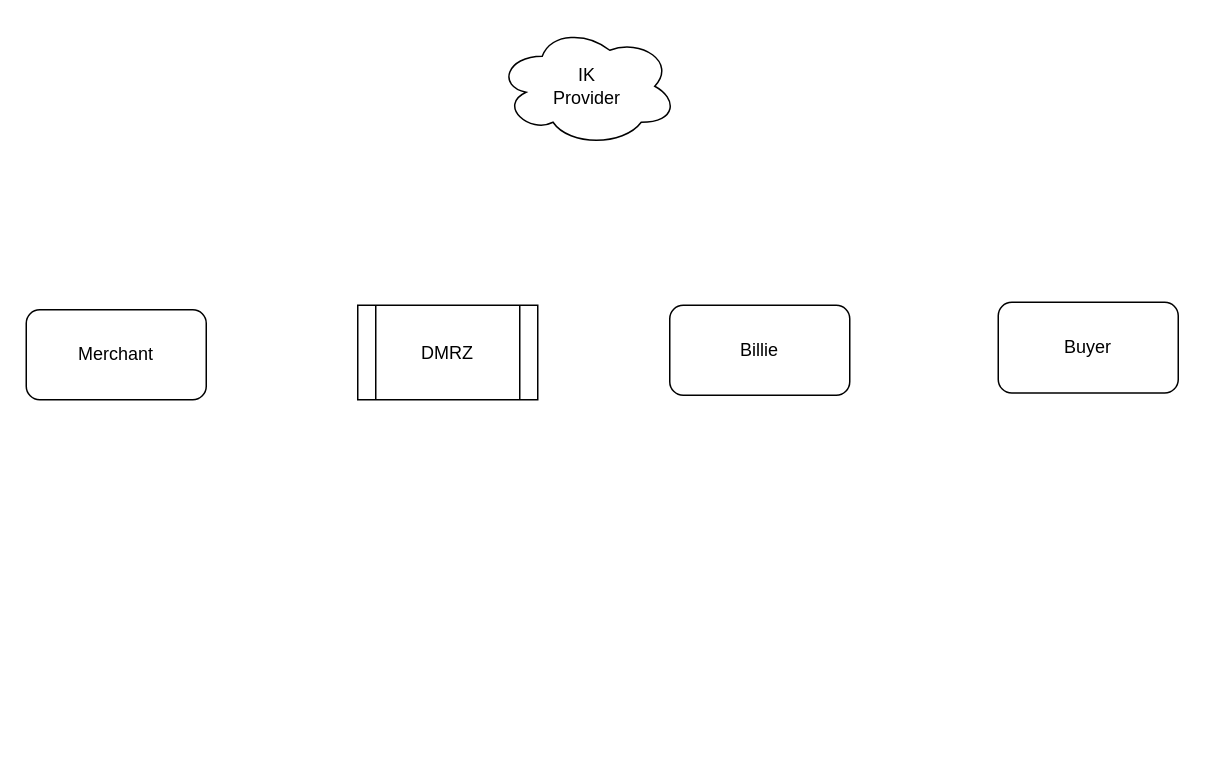
Before: page "dmrz" (5 of 5) of diagrams/b-accounts.drawio in tiberiu-biking/billie, a draw.io diagram. Source tidied: cells renumbered, new cells numbered last; positions are measured from the earlier drawing's top-left corner, leaving out a move shared by most shapes. Both pictures are drawn from the tidied source at 150%, with x=0, y=0 at pixel (26, 26).
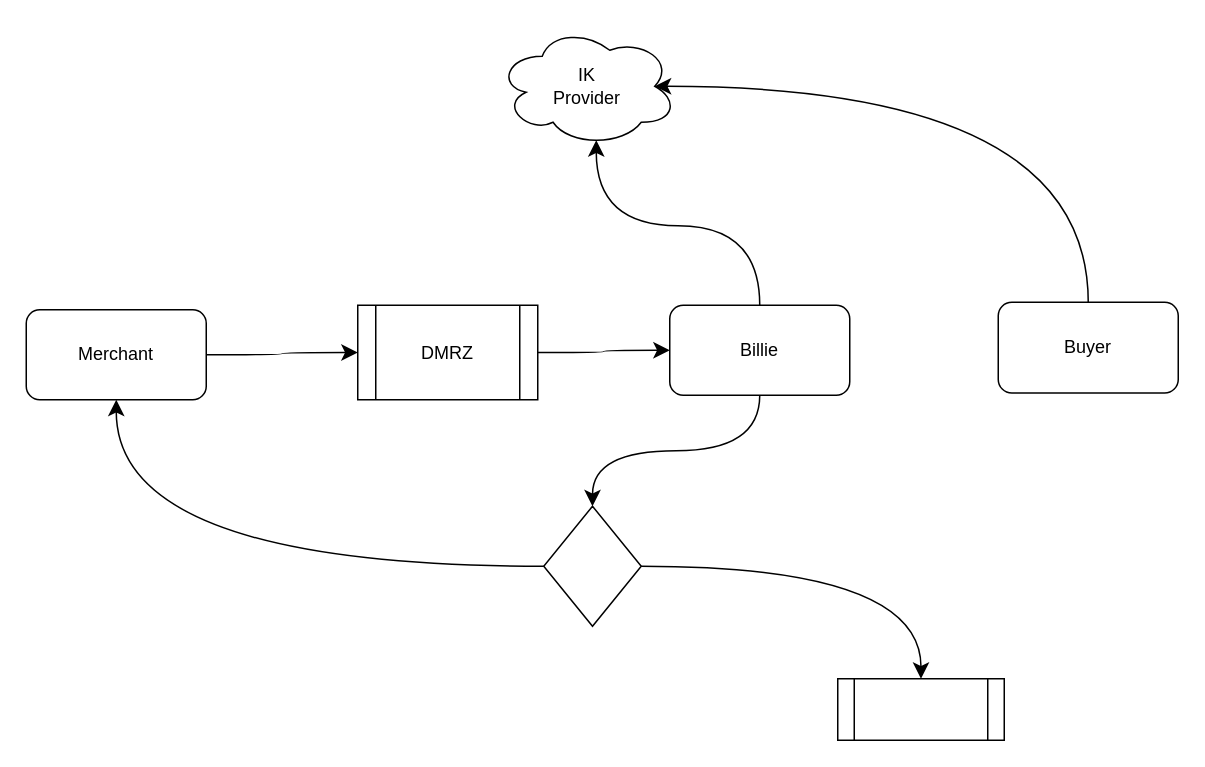
The same diagram, later.

What changed in the source:
```diff
@@
 <mxGraphModel>
   <root>
     <mxCell id="0" />
     <mxCell id="1" parent="0" />
     <mxCell id="2" value="Merchant" style="rounded=1;whiteSpace=wrap;html=1;" parent="1" vertex="1">
       <mxGeometry y="189" width="120" height="60" as="geometry" />
     </mxCell>
     <mxCell id="3" value="DMRZ" style="shape=process;whiteSpace=wrap;html=1;backgroundOutline=1;" parent="1" vertex="1">
       <mxGeometry x="221" y="186" width="120" height="63" as="geometry" />
     </mxCell>
     <mxCell id="4" value="Billie" style="rounded=1;whiteSpace=wrap;html=1;" parent="1" vertex="1">
       <mxGeometry x="429" y="186" width="120" height="60" as="geometry" />
     </mxCell>
     <mxCell id="5" value="IK&lt;div&gt;Provider&lt;/div&gt;" style="ellipse;shape=cloud;whiteSpace=wrap;html=1;" parent="1" vertex="1">
       <mxGeometry x="314" width="120" height="80" as="geometry" />
     </mxCell>
     <mxCell id="6" value="Buyer" style="rounded=1;whiteSpace=wrap;html=1;" parent="1" vertex="1">
       <mxGeometry x="648" y="184" width="120" height="60.5" as="geometry" />
     </mxCell>
+    <mxCell id="7" style="endArrow=classic;html=1;rounded=0;fontSize=12;startSize=8;endSize=8;curved=1;edgeStyle=orthogonalEdgeStyle;entryX=0;entryY=0.5;entryDx=0;entryDy=0;exitX=1;exitY=0.5;exitDx=0;exitDy=0;" parent="1" edge="1" source="2" target="3">
+      <mxGeometry relative="1" as="geometry" />
+    </mxCell>
+    <mxCell id="8" style="endArrow=classic;html=1;rounded=0;strokeColor=default;align=center;verticalAlign=middle;fontFamily=Helvetica;fontSize=12;fontColor=default;labelBackgroundColor=default;edgeStyle=orthogonalEdgeStyle;startSize=8;endSize=8;curved=1;exitX=1;exitY=0.5;exitDx=0;exitDy=0;entryX=0;entryY=0.5;entryDx=0;entryDy=0;" parent="1" edge="1" source="3" target="4">
+      <mxGeometry relative="1" as="geometry" />
+    </mxCell>
+    <mxCell id="9" style="endArrow=classic;html=1;rounded=0;strokeColor=default;align=center;verticalAlign=middle;fontFamily=Helvetica;fontSize=12;fontColor=default;labelBackgroundColor=default;edgeStyle=orthogonalEdgeStyle;startSize=8;endSize=8;curved=1;entryX=0.55;entryY=0.95;entryDx=0;entryDy=0;entryPerimeter=0;exitX=0.5;exitY=0;exitDx=0;exitDy=0;" parent="1" edge="1" source="4" target="5">
+      <mxGeometry relative="1" as="geometry" />
+    </mxCell>
+    <mxCell id="10" style="endArrow=classic;html=1;rounded=0;strokeColor=default;align=center;verticalAlign=middle;fontFamily=Helvetica;fontSize=12;fontColor=default;labelBackgroundColor=default;edgeStyle=orthogonalEdgeStyle;startSize=8;endSize=8;entryX=0.875;entryY=0.5;entryDx=0;entryDy=0;entryPerimeter=0;exitX=0.5;exitY=0;exitDx=0;exitDy=0;elbow=vertical;curved=1;" parent="1" edge="1" source="6" target="5">
+      <mxGeometry relative="1" as="geometry">
+        <Array as="points">
+          <mxPoint x="708" y="40" />
+        </Array>
+      </mxGeometry>
+    </mxCell>
+    <mxCell id="11" style="shape=process;whiteSpace=wrap;html=1;backgroundOutline=1;fontFamily=Helvetica;fontSize=12;fontColor=default;labelBackgroundColor=default;" parent="1" vertex="1">
+      <mxGeometry x="541" y="435" width="111" height="41" as="geometry" />
+    </mxCell>
+    <mxCell id="12" style="endArrow=classic;html=1;rounded=0;strokeColor=default;align=center;verticalAlign=middle;fontFamily=Helvetica;fontSize=12;fontColor=default;labelBackgroundColor=default;edgeStyle=orthogonalEdgeStyle;startSize=8;endSize=8;curved=1;exitX=0.5;exitY=1;exitDx=0;exitDy=0;entryX=0.5;entryY=0;entryDx=0;entryDy=0;" parent="1" edge="1" source="4" target="14">
+      <mxGeometry relative="1" as="geometry" />
+    </mxCell>
+    <mxCell id="13" style="endArrow=classic;html=1;rounded=0;strokeColor=default;align=center;verticalAlign=middle;fontFamily=Helvetica;fontSize=12;fontColor=default;labelBackgroundColor=default;edgeStyle=orthogonalEdgeStyle;startSize=8;endSize=8;curved=1;entryX=0.5;entryY=1;entryDx=0;entryDy=0;exitX=0;exitY=0.5;exitDx=0;exitDy=0;" parent="1" edge="1" source="14" target="2">
+      <mxGeometry relative="1" as="geometry" />
+    </mxCell>
+    <mxCell id="14" style="rhombus;whiteSpace=wrap;html=1;fontFamily=Helvetica;fontSize=12;fontColor=default;labelBackgroundColor=default;" parent="1" vertex="1">
+      <mxGeometry x="345" y="320" width="65" height="80" as="geometry" />
+    </mxCell>
+    <mxCell id="15" style="endArrow=classic;html=1;rounded=0;strokeColor=default;align=center;verticalAlign=middle;fontFamily=Helvetica;fontSize=12;fontColor=default;labelBackgroundColor=default;edgeStyle=orthogonalEdgeStyle;startSize=8;endSize=8;curved=1;exitX=1;exitY=0.5;exitDx=0;exitDy=0;entryX=0.5;entryY=0;entryDx=0;entryDy=0;" parent="1" edge="1" source="14" target="11">
+      <mxGeometry relative="1" as="geometry" />
+    </mxCell>
   </root>
 </mxGraphModel>
```
